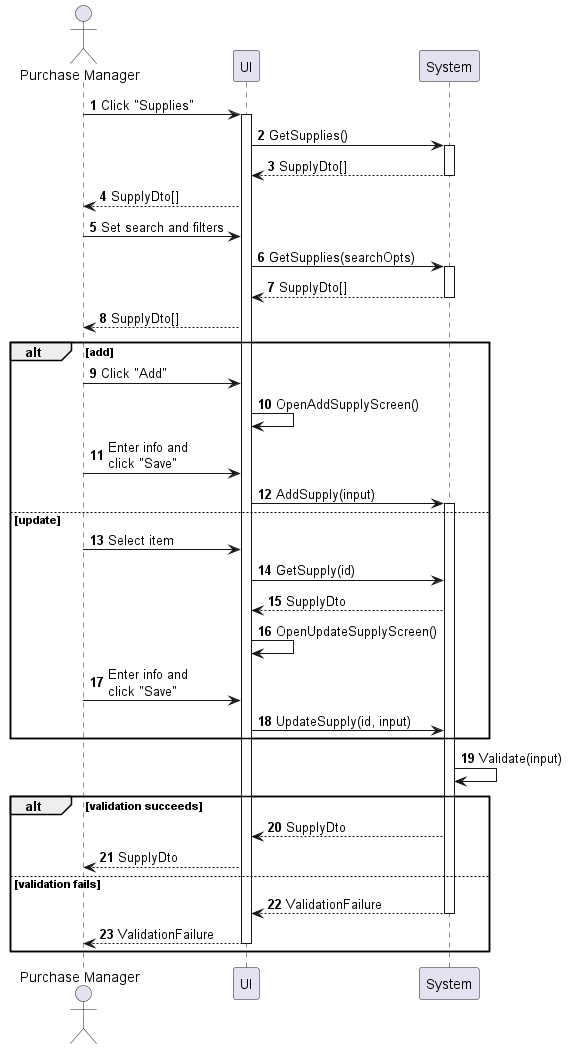
This is sequences/supply-manage.png from phihungha/scmss-reqs, a PlantUML export, as it was before one commit.
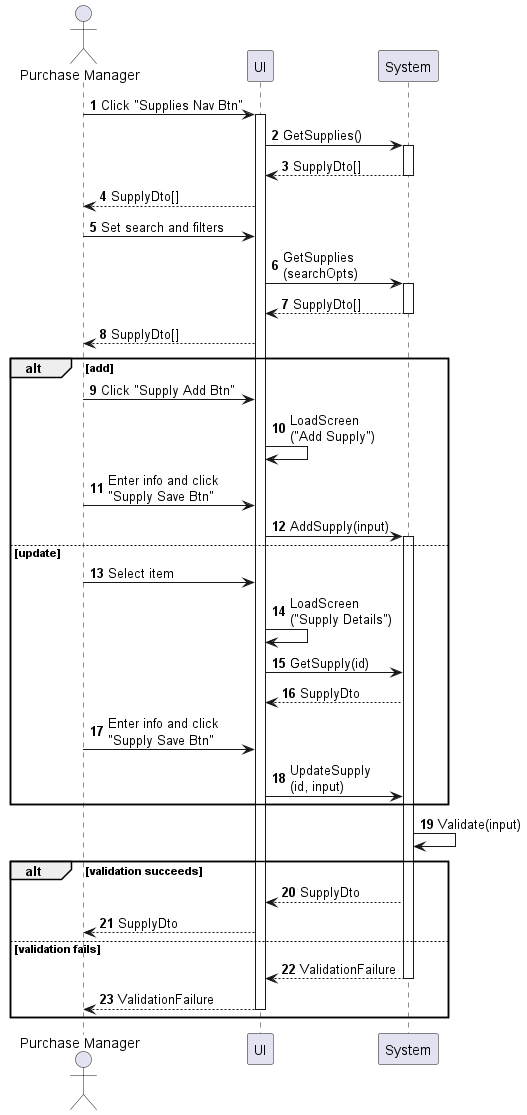
The same file after the commit.

What changed in the source:
```diff
@@ -5,31 +5,31 @@
 participant UI as f
 participant System as b
 
-a -> f : Click "Supplies"
+a -> f : Click "Supplies Nav Btn"
 activate f
 f -> b : GetSupplies()
 activate b
 return SupplyDto[]
 f --> a : SupplyDto[]
 a -> f : Set search and filters
-f -> b : GetSupplies(searchOpts)
+f -> b : GetSupplies\n(searchOpts)
 activate b
 return SupplyDto[]
 f --> a : SupplyDto[]
 
 alt add
-    a -> f : Click "Add"
-    f -> f : OpenAddSupplyScreen()
-    a -> f : Enter info and\nclick "Save"
+    a -> f : Click "Supply Add Btn"
+    f -> f : LoadScreen\n("Add Supply")
+    a -> f : Enter info and click\n"Supply Save Btn"
     f -> b : AddSupply(input)
     activate b
 else update
     a -> f : Select item
+    f -> f : LoadScreen\n("Supply Details")
     f -> b : GetSupply(id)
     b --> f : SupplyDto
-    f -> f : OpenUpdateSupplyScreen()
-    a -> f : Enter info and\nclick "Save"
-    f -> b : UpdateSupply(id, input)
+    a -> f : Enter info and click\n"Supply Save Btn"
+    f -> b : UpdateSupply\n(id, input)
 end
 
 b -> b : Validate(input)
```
